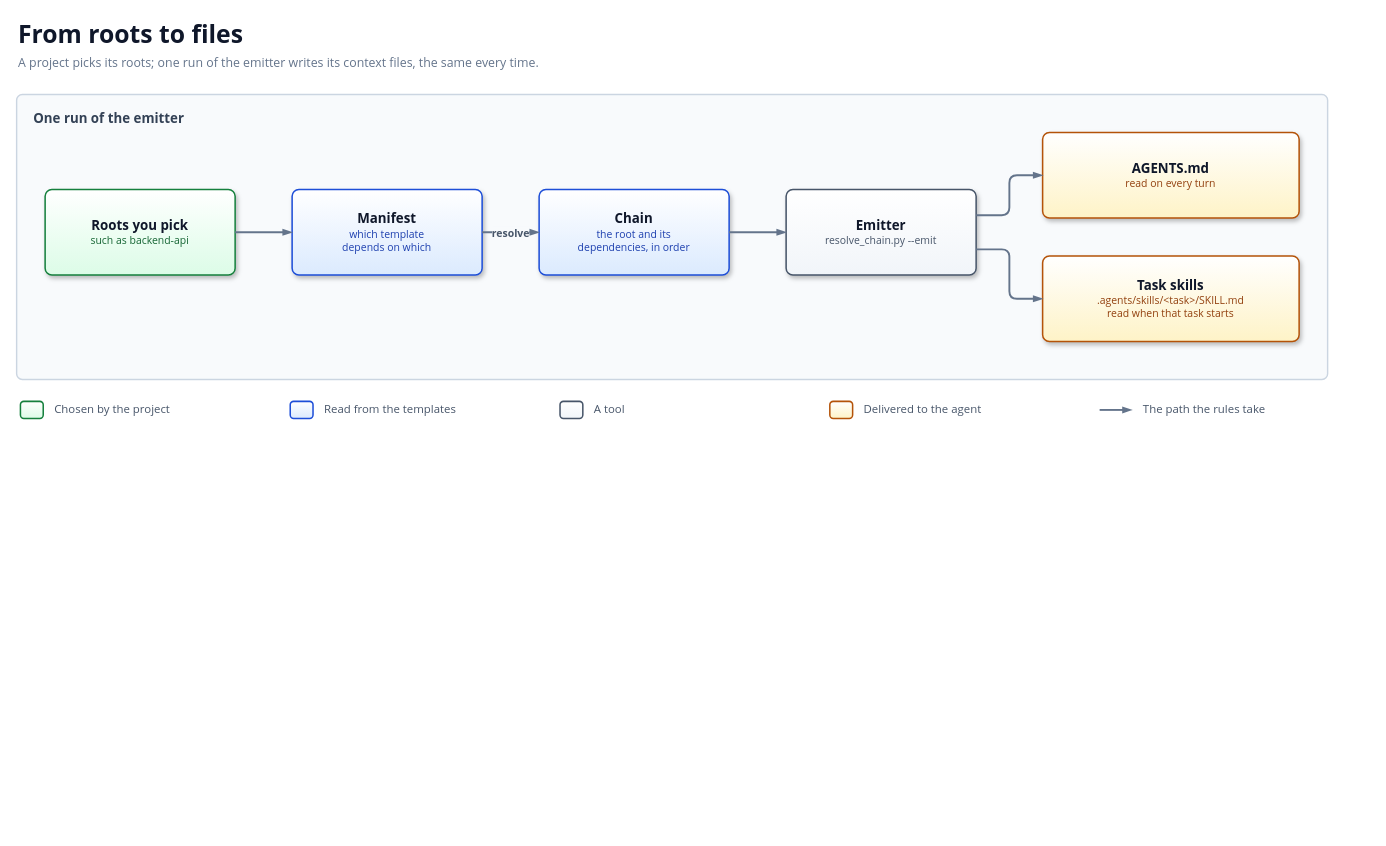
Earlier version of the draw.io diagram docs/diagrams/primer-flow.drawio (solid-ai-dev/solid-ai-templates). Source tidied: cells renumbered, new cells numbered last; positions are measured from the earlier drawing's top-left corner, leaving out a move shared by most shapes. Both pictures are drawn from the tidied source at 95%, with x=0, y=0 at pixel (16, 16).
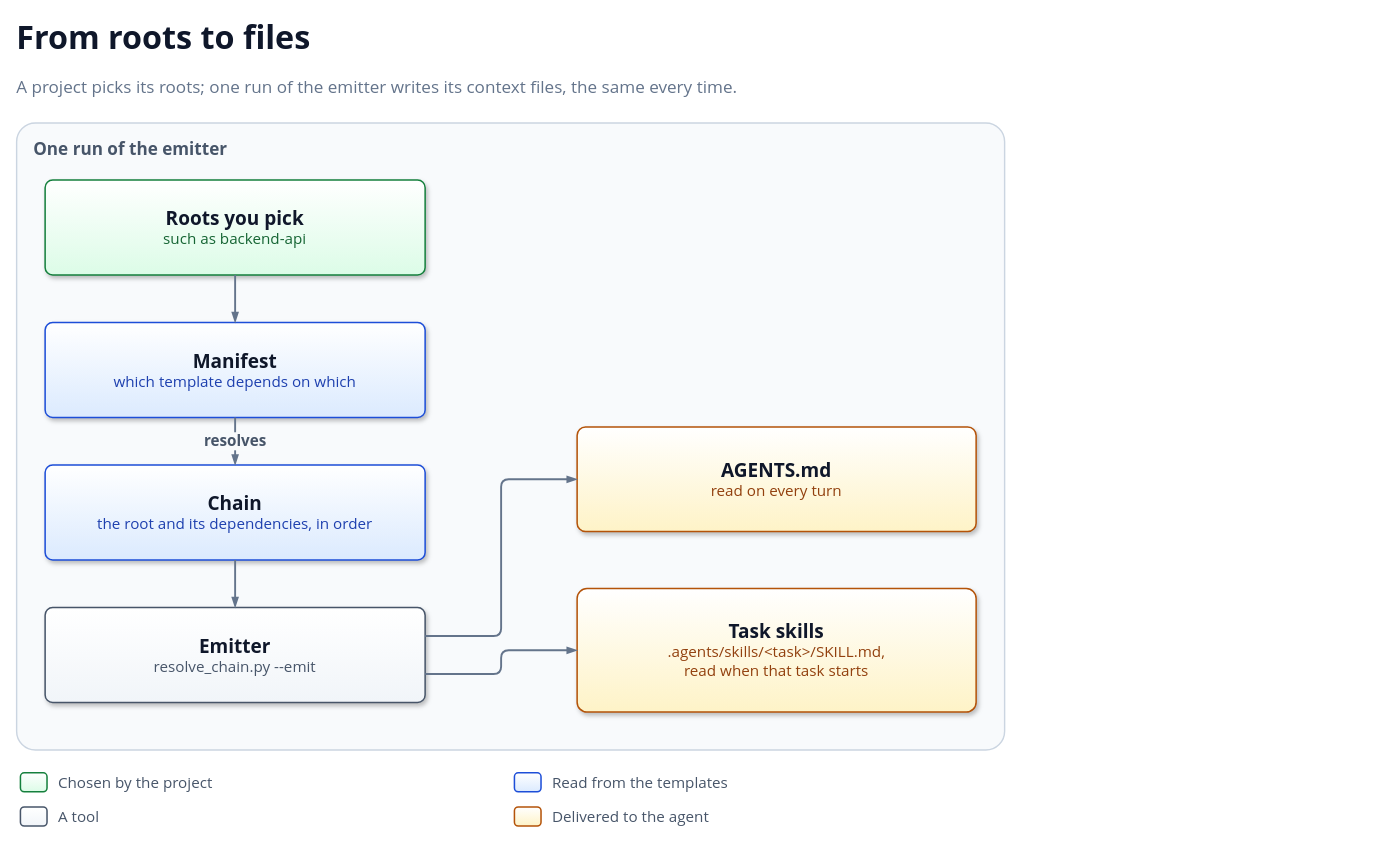
Above is the later version.

Commit message (it also covers changes not shown here):
docs(primer): set the diagrams at the benchmark's type sizes, on narrower pages (#2481)

What changed in the source:
```diff
@@
-    <mxCell id="2" value="From roots to files" style="text;html=1;whiteSpace=wrap;strokeColor=none;fillColor=none;align=left;verticalAlign=middle;fontFamily=Segoe UI;fontSize=26;fontColor=#0F172A;fontStyle=1;" parent="1" vertex="1">
-      <mxGeometry width="1380" height="36" as="geometry" />
-    </mxCell>
-    <mxCell id="3" value="A project picks its roots; one run of the emitter writes its context files, the same every time." style="text;html=1;whiteSpace=wrap;strokeColor=none;fillColor=none;align=left;verticalAlign=middle;fontFamily=Segoe UI;fontSize=13;fontColor=#64748B;" parent="1" vertex="1">
-      <mxGeometry y="36" width="1380" height="24" as="geometry" />
-    </mxCell>
-    <mxCell id="4" value="One run of the emitter" style="rounded=1;arcSize=2;whiteSpace=wrap;html=1;fillColor=#F8FAFC;strokeColor=#CBD5E1;strokeWidth=1.5;align=left;verticalAlign=top;spacingLeft=16;spacingTop=10;fontFamily=Segoe UI;fontSize=14;fontColor=#334155;fontStyle=1;" parent="1" vertex="1">
-      <mxGeometry y="82" width="1380" height="300" as="geometry" />
+    <mxCell id="4" value="From roots to files" style="text;html=1;whiteSpace=wrap;strokeColor=none;fillColor=none;align=left;verticalAlign=middle;fontFamily=Segoe UI;fontSize=34;fontColor=#0F172A;spacing=0;fontStyle=1;" parent="1" vertex="1">
+      <mxGeometry width="1040" height="44" as="geometry" />
     </mxCell>
-    <mxCell id="5" value="&lt;b style='font-size:14px;color:#0F172A'&gt;Roots you pick&lt;/b&gt;&lt;br&gt;&lt;span style='font-size:11px;color:#166534'&gt;such as backend-api&lt;/span&gt;" style="rounded=1;arcSize=8;whiteSpace=wrap;html=1;fillColor=#DCFCE7;gradientColor=#FFFFFF;gradientDirection=north;strokeColor=#15803D;strokeWidth=1.6;shadow=1;align=center;fontFamily=Segoe UI;fontColor=#0F172A;spacing=6;" parent="1" vertex="1">
-      <mxGeometry x="30" y="182" width="200" height="90" as="geometry" />
+    <mxCell id="5" value="A project picks its roots; one run of the emitter writes its context files, the same every time." style="text;html=1;whiteSpace=wrap;strokeColor=none;fillColor=none;align=left;verticalAlign=middle;fontFamily=Segoe UI;fontSize=18;fontColor=#64748B;spacing=0;" parent="1" vertex="1">
+      <mxGeometry y="48" width="1040" height="52" as="geometry" />
     </mxCell>
-    <mxCell id="6" value="&lt;b style='font-size:14px;color:#0F172A'&gt;Manifest&lt;/b&gt;&lt;br&gt;&lt;span style='font-size:11px;color:#1E40AF'&gt;which template&lt;br&gt;depends on which&lt;/span&gt;" style="rounded=1;arcSize=8;whiteSpace=wrap;html=1;fillColor=#DBEAFE;gradientColor=#FFFFFF;gradientDirection=north;strokeColor=#1D4ED8;strokeWidth=1.6;shadow=1;align=center;fontFamily=Segoe UI;fontColor=#0F172A;spacing=6;" parent="1" vertex="1">
-      <mxGeometry x="290" y="182" width="200" height="90" as="geometry" />
+    <mxCell id="6" value="One run of the emitter" style="rounded=1;arcSize=3;whiteSpace=wrap;html=1;fillColor=#F8FAFC;strokeColor=#CBD5E1;strokeWidth=1.5;align=left;verticalAlign=top;spacingLeft=16;spacingTop=10;fontFamily=Segoe UI;fontSize=18;fontColor=#475569;fontStyle=1;" parent="1" vertex="1">
+      <mxGeometry y="112" width="1040" height="660" as="geometry" />
     </mxCell>
-    <mxCell id="7" value="&lt;b style='font-size:14px;color:#0F172A'&gt;Chain&lt;/b&gt;&lt;br&gt;&lt;span style='font-size:11px;color:#1E40AF'&gt;the root and its&lt;br&gt;dependencies, in order&lt;/span&gt;" style="rounded=1;arcSize=8;whiteSpace=wrap;html=1;fillColor=#DBEAFE;gradientColor=#FFFFFF;gradientDirection=north;strokeColor=#1D4ED8;strokeWidth=1.6;shadow=1;align=center;fontFamily=Segoe UI;fontColor=#0F172A;spacing=6;" parent="1" vertex="1">
-      <mxGeometry x="550" y="182" width="200" height="90" as="geometry" />
+    <mxCell id="7" value="&lt;b style='font-size:20px;color:#0F172A'&gt;Roots you pick&lt;/b&gt;&lt;br&gt;&lt;span style='font-size:16px;color:#166534'&gt;such as backend-api&lt;/span&gt;" style="rounded=1;arcSize=8;whiteSpace=wrap;html=1;fillColor=#DCFCE7;gradientColor=#FFFFFF;gradientDirection=north;strokeColor=#15803D;strokeWidth=1.6;shadow=1;align=center;fontFamily=Segoe UI;fontColor=#0F172A;spacing=8;" parent="1" vertex="1">
+      <mxGeometry x="30" y="172" width="400" height="100" as="geometry" />
     </mxCell>
-    <mxCell id="8" value="&lt;b style='font-size:14px;color:#0F172A'&gt;Emitter&lt;/b&gt;&lt;br&gt;&lt;span style='font-size:11px;color:#475569'&gt;resolve_chain.py --emit&lt;/span&gt;" style="rounded=1;arcSize=8;whiteSpace=wrap;html=1;fillColor=#F1F5F9;gradientColor=#FFFFFF;gradientDirection=north;strokeColor=#475569;strokeWidth=1.6;shadow=1;align=center;fontFamily=Segoe UI;fontColor=#0F172A;spacing=6;" parent="1" vertex="1">
-      <mxGeometry x="810" y="182" width="200" height="90" as="geometry" />
+    <mxCell id="8" value="&lt;b style='font-size:20px;color:#0F172A'&gt;Manifest&lt;/b&gt;&lt;br&gt;&lt;span style='font-size:16px;color:#1E40AF'&gt;which template depends on which&lt;/span&gt;" style="rounded=1;arcSize=8;whiteSpace=wrap;html=1;fillColor=#DBEAFE;gradientColor=#FFFFFF;gradientDirection=north;strokeColor=#1D4ED8;strokeWidth=1.6;shadow=1;align=center;fontFamily=Segoe UI;fontColor=#0F172A;spacing=8;" parent="1" vertex="1">
+      <mxGeometry x="30" y="322" width="400" height="100" as="geometry" />
     </mxCell>
-    <mxCell id="9" value="&lt;b style='font-size:14px;color:#0F172A'&gt;AGENTS.md&lt;/b&gt;&lt;br&gt;&lt;span style='font-size:11px;color:#92400E'&gt;read on every turn&lt;/span&gt;" style="rounded=1;arcSize=8;whiteSpace=wrap;html=1;fillColor=#FEF3C7;gradientColor=#FFFFFF;gradientDirection=north;strokeColor=#B45309;strokeWidth=1.6;shadow=1;align=center;fontFamily=Segoe UI;fontColor=#0F172A;spacing=6;" parent="1" vertex="1">
-      <mxGeometry x="1080" y="122" width="270" height="90" as="geometry" />
+    <mxCell id="9" value="&lt;b style='font-size:20px;color:#0F172A'&gt;Chain&lt;/b&gt;&lt;br&gt;&lt;span style='font-size:16px;color:#1E40AF'&gt;the root and its dependencies, in order&lt;/span&gt;" style="rounded=1;arcSize=8;whiteSpace=wrap;html=1;fillColor=#DBEAFE;gradientColor=#FFFFFF;gradientDirection=north;strokeColor=#1D4ED8;strokeWidth=1.6;shadow=1;align=center;fontFamily=Segoe UI;fontColor=#0F172A;spacing=8;" parent="1" vertex="1">
+      <mxGeometry x="30" y="472" width="400" height="100" as="geometry" />
     </mxCell>
-    <mxCell id="10" value="&lt;b style='font-size:14px;color:#0F172A'&gt;Task skills&lt;/b&gt;&lt;br&gt;&lt;span style='font-size:11px;color:#92400E'&gt;.agents/skills/&amp;lt;task&amp;gt;/SKILL.md&lt;br&gt;read when that task starts&lt;/span&gt;" style="rounded=1;arcSize=8;whiteSpace=wrap;html=1;fillColor=#FEF3C7;gradientColor=#FFFFFF;gradientDirection=north;strokeColor=#B45309;strokeWidth=1.6;shadow=1;align=center;fontFamily=Segoe UI;fontColor=#0F172A;spacing=6;" parent="1" vertex="1">
-      <mxGeometry x="1080" y="252" width="270" height="90" as="geometry" />
+    <mxCell id="10" value="&lt;b style='font-size:20px;color:#0F172A'&gt;Emitter&lt;/b&gt;&lt;br&gt;&lt;span style='font-size:16px;color:#475569'&gt;resolve_chain.py --emit&lt;/span&gt;" style="rounded=1;arcSize=8;whiteSpace=wrap;html=1;fillColor=#F1F5F9;gradientColor=#FFFFFF;gradientDirection=north;strokeColor=#475569;strokeWidth=1.6;shadow=1;align=center;fontFamily=Segoe UI;fontColor=#0F172A;spacing=8;" parent="1" vertex="1">
+      <mxGeometry x="30" y="622" width="400" height="100" as="geometry" />
     </mxCell>
-    <mxCell id="11" style="edgeStyle=orthogonalEdgeStyle;rounded=1;arcSize=16;html=1;jettySize=auto;strokeColor=#64748B;strokeWidth=2.0;endArrow=blockThin;endFill=1;endSize=5;fontFamily=Segoe UI;fontSize=11;fontColor=#475569;fontStyle=1;labelBackgroundColor=#F8FAFC;exitX=1;exitY=0.5;entryX=0;entryY=0.5;" parent="1" edge="1" source="5" target="6">
-      <mxGeometry relative="1" as="geometry" />
+    <mxCell id="11" value="&lt;b style='font-size:20px;color:#0F172A'&gt;AGENTS.md&lt;/b&gt;&lt;br&gt;&lt;span style='font-size:16px;color:#92400E'&gt;read on every turn&lt;/span&gt;" style="rounded=1;arcSize=8;whiteSpace=wrap;html=1;fillColor=#FEF3C7;gradientColor=#FFFFFF;gradientDirection=north;strokeColor=#B45309;strokeWidth=1.6;shadow=1;align=center;fontFamily=Segoe UI;fontColor=#0F172A;spacing=8;" parent="1" vertex="1">
+      <mxGeometry x="590" y="432" width="420" height="110" as="geometry" />
     </mxCell>
-    <mxCell id="12" value="resolve" style="edgeStyle=orthogonalEdgeStyle;rounded=1;arcSize=16;html=1;jettySize=auto;strokeColor=#64748B;strokeWidth=2.0;endArrow=blockThin;endFill=1;endSize=5;fontFamily=Segoe UI;fontSize=11;fontColor=#475569;fontStyle=1;labelBackgroundColor=#F8FAFC;exitX=1;exitY=0.5;entryX=0;entryY=0.5;" parent="1" edge="1" source="6" target="7">
-      <mxGeometry relative="1" as="geometry" />
+    <mxCell id="12" value="&lt;b style='font-size:20px;color:#0F172A'&gt;Task skills&lt;/b&gt;&lt;br&gt;&lt;span style='font-size:16px;color:#92400E'&gt;.agents/skills/&amp;lt;task&amp;gt;/SKILL.md,&lt;br&gt;read when that task starts&lt;/span&gt;" style="rounded=1;arcSize=8;whiteSpace=wrap;html=1;fillColor=#FEF3C7;gradientColor=#FFFFFF;gradientDirection=north;strokeColor=#B45309;strokeWidth=1.6;shadow=1;align=center;fontFamily=Segoe UI;fontColor=#0F172A;spacing=8;" parent="1" vertex="1">
+      <mxGeometry x="590" y="602" width="420" height="130" as="geometry" />
     </mxCell>
-    <mxCell id="13" style="edgeStyle=orthogonalEdgeStyle;rounded=1;arcSize=16;html=1;jettySize=auto;strokeColor=#64748B;strokeWidth=2.0;endArrow=blockThin;endFill=1;endSize=5;fontFamily=Segoe UI;fontSize=11;fontColor=#475569;fontStyle=1;labelBackgroundColor=#F8FAFC;exitX=1;exitY=0.5;entryX=0;entryY=0.5;" parent="1" edge="1" source="7" target="8">
+    <mxCell id="13" style="edgeStyle=orthogonalEdgeStyle;rounded=1;arcSize=16;html=1;jettySize=auto;strokeColor=#64748B;strokeWidth=2.0;endArrow=blockThin;endFill=1;endSize=6;fontFamily=Segoe UI;fontSize=16;fontColor=#475569;fontStyle=1;labelBackgroundColor=#F8FAFC;exitX=0.5;exitY=1;entryX=0.5;entryY=0;" parent="1" edge="1" source="7" target="8">
       <mxGeometry relative="1" as="geometry" />
     </mxCell>
-    <mxCell id="14" style="edgeStyle=orthogonalEdgeStyle;rounded=1;arcSize=16;html=1;jettySize=auto;strokeColor=#64748B;strokeWidth=2.0;endArrow=blockThin;endFill=1;endSize=5;fontFamily=Segoe UI;fontSize=11;fontColor=#475569;fontStyle=1;labelBackgroundColor=#F8FAFC;exitX=1;exitY=0.3;entryX=0;entryY=0.5;" parent="1" edge="1" source="8" target="9">
+    <mxCell id="14" value="resolves" style="edgeStyle=orthogonalEdgeStyle;rounded=1;arcSize=16;html=1;jettySize=auto;strokeColor=#64748B;strokeWidth=2.0;endArrow=blockThin;endFill=1;endSize=6;fontFamily=Segoe UI;fontSize=16;fontColor=#475569;fontStyle=1;labelBackgroundColor=#F8FAFC;exitX=0.5;exitY=1;entryX=0.5;entryY=0;" parent="1" edge="1" source="8" target="9">
       <mxGeometry relative="1" as="geometry" />
     </mxCell>
-    <mxCell id="15" style="edgeStyle=orthogonalEdgeStyle;rounded=1;arcSize=16;html=1;jettySize=auto;strokeColor=#64748B;strokeWidth=2.0;endArrow=blockThin;endFill=1;endSize=5;fontFamily=Segoe UI;fontSize=11;fontColor=#475569;fontStyle=1;labelBackgroundColor=#F8FAFC;exitX=1;exitY=0.7;entryX=0;entryY=0.5;" parent="1" edge="1" source="8" target="10">
+    <mxCell id="15" style="edgeStyle=orthogonalEdgeStyle;rounded=1;arcSize=16;html=1;jettySize=auto;strokeColor=#64748B;strokeWidth=2.0;endArrow=blockThin;endFill=1;endSize=6;fontFamily=Segoe UI;fontSize=16;fontColor=#475569;fontStyle=1;labelBackgroundColor=#F8FAFC;exitX=0.5;exitY=1;entryX=0.5;entryY=0;" parent="1" edge="1" source="9" target="10">
       <mxGeometry relative="1" as="geometry" />
     </mxCell>
-    <mxCell id="16" style="rounded=1;arcSize=20;whiteSpace=wrap;html=1;gradientColor=#FFFFFF;gradientDirection=north;strokeWidth=1.6;fillColor=#DCFCE7;strokeColor=#15803D;" parent="1" vertex="1">
-      <mxGeometry x="4" y="405" width="24" height="18" as="geometry" />
+    <mxCell id="16" style="edgeStyle=orthogonalEdgeStyle;rounded=1;arcSize=16;html=1;jettySize=auto;strokeColor=#64748B;strokeWidth=2.0;endArrow=blockThin;endFill=1;endSize=6;fontFamily=Segoe UI;fontSize=16;fontColor=#475569;fontStyle=1;labelBackgroundColor=#F8FAFC;exitX=1;exitY=0.3;entryX=0;entryY=0.5;" parent="1" edge="1" source="10" target="11">
+      <mxGeometry relative="1" as="geometry" />
     </mxCell>
-    <mxCell id="17" value="Chosen by the project" style="text;html=1;whiteSpace=wrap;strokeColor=none;fillColor=none;align=left;verticalAlign=middle;fontFamily=Segoe UI;fontSize=12;fontColor=#475569;" parent="1" vertex="1">
-      <mxGeometry x="38" y="402" width="240" height="24" as="geometry" />
+    <mxCell id="17" style="edgeStyle=orthogonalEdgeStyle;rounded=1;arcSize=16;html=1;jettySize=auto;strokeColor=#64748B;strokeWidth=2.0;endArrow=blockThin;endFill=1;endSize=6;fontFamily=Segoe UI;fontSize=16;fontColor=#475569;fontStyle=1;labelBackgroundColor=#F8FAFC;exitX=1;exitY=0.7;entryX=0;entryY=0.5;" parent="1" edge="1" source="10" target="12">
+      <mxGeometry relative="1" as="geometry" />
     </mxCell>
-    <mxCell id="18" style="rounded=1;arcSize=20;whiteSpace=wrap;html=1;gradientColor=#FFFFFF;gradientDirection=north;strokeWidth=1.6;fillColor=#DBEAFE;strokeColor=#1D4ED8;" parent="1" vertex="1">
-      <mxGeometry x="288" y="405" width="24" height="18" as="geometry" />
+    <mxCell id="18" style="rounded=1;arcSize=20;whiteSpace=wrap;html=1;gradientColor=#FFFFFF;gradientDirection=north;strokeWidth=1.6;fillColor=#DCFCE7;strokeColor=#15803D;" parent="1" vertex="1">
+      <mxGeometry x="4" y="796" width="28" height="20" as="geometry" />
     </mxCell>
-    <mxCell id="19" value="Read from the templates" style="text;html=1;whiteSpace=wrap;strokeColor=none;fillColor=none;align=left;verticalAlign=middle;fontFamily=Segoe UI;fontSize=12;fontColor=#475569;" parent="1" vertex="1">
-      <mxGeometry x="322" y="402" width="240" height="24" as="geometry" />
+    <mxCell id="19" value="Chosen by the project" style="text;html=1;whiteSpace=wrap;strokeColor=none;fillColor=none;align=left;verticalAlign=middle;fontFamily=Segoe UI;fontSize=16;fontColor=#475569;spacing=0;" parent="1" vertex="1">
+      <mxGeometry x="44" y="792" width="460" height="28" as="geometry" />
     </mxCell>
-    <mxCell id="20" style="rounded=1;arcSize=20;whiteSpace=wrap;html=1;gradientColor=#FFFFFF;gradientDirection=north;strokeWidth=1.6;fillColor=#F1F5F9;strokeColor=#475569;" parent="1" vertex="1">
-      <mxGeometry x="572" y="405" width="24" height="18" as="geometry" />
+    <mxCell id="20" style="rounded=1;arcSize=20;whiteSpace=wrap;html=1;gradientColor=#FFFFFF;gradientDirection=north;strokeWidth=1.6;fillColor=#DBEAFE;strokeColor=#1D4ED8;" parent="1" vertex="1">
+      <mxGeometry x="524" y="796" width="28" height="20" as="geometry" />
     </mxCell>
-    <mxCell id="21" value="A tool" style="text;html=1;whiteSpace=wrap;strokeColor=none;fillColor=none;align=left;verticalAlign=middle;fontFamily=Segoe UI;fontSize=12;fontColor=#475569;" parent="1" vertex="1">
-      <mxGeometry x="606" y="402" width="240" height="24" as="geometry" />
+    <mxCell id="21" value="Read from the templates" style="text;html=1;whiteSpace=wrap;strokeColor=none;fillColor=none;align=left;verticalAlign=middle;fontFamily=Segoe UI;fontSize=16;fontColor=#475569;spacing=0;" parent="1" vertex="1">
+      <mxGeometry x="564" y="792" width="460" height="28" as="geometry" />
     </mxCell>
-    <mxCell id="22" style="rounded=1;arcSize=20;whiteSpace=wrap;html=1;gradientColor=#FFFFFF;gradientDirection=north;strokeWidth=1.6;fillColor=#FEF3C7;strokeColor=#B45309;" parent="1" vertex="1">
-      <mxGeometry x="856" y="405" width="24" height="18" as="geometry" />
+    <mxCell id="22" style="rounded=1;arcSize=20;whiteSpace=wrap;html=1;gradientColor=#FFFFFF;gradientDirection=north;strokeWidth=1.6;fillColor=#F1F5F9;strokeColor=#475569;" parent="1" vertex="1">
+      <mxGeometry x="4" y="832" width="28" height="20" as="geometry" />
     </mxCell>
-    <mxCell id="23" value="Delivered to the agent" style="text;html=1;whiteSpace=wrap;strokeColor=none;fillColor=none;align=left;verticalAlign=middle;fontFamily=Segoe UI;fontSize=12;fontColor=#475569;" parent="1" vertex="1">
-      <mxGeometry x="890" y="402" width="240" height="24" as="geometry" />
+    <mxCell id="23" value="A tool" style="text;html=1;whiteSpace=wrap;strokeColor=none;fillColor=none;align=left;verticalAlign=middle;fontFamily=Segoe UI;fontSize=16;fontColor=#475569;spacing=0;" parent="1" vertex="1">
+      <mxGeometry x="44" y="828" width="460" height="28" as="geometry" />
     </mxCell>
-    <mxCell id="24" style="endArrow=blockThin;endFill=1;endSize=5;html=1;strokeColor=#64748B;strokeWidth=2.0;" parent="1" edge="1">
-      <mxGeometry relative="1" as="geometry">
-        <mxPoint x="1140" y="414" as="sourcePoint" />
-        <mxPoint x="1174" y="414" as="targetPoint" />
-      </mxGeometry>
+    <mxCell id="24" style="rounded=1;arcSize=20;whiteSpace=wrap;html=1;gradientColor=#FFFFFF;gradientDirection=north;strokeWidth=1.6;fillColor=#FEF3C7;strokeColor=#B45309;" parent="1" vertex="1">
+      <mxGeometry x="524" y="832" width="28" height="20" as="geometry" />
     </mxCell>
-    <mxCell id="25" value="The path the rules take" style="text;html=1;whiteSpace=wrap;strokeColor=none;fillColor=none;align=left;verticalAlign=middle;fontFamily=Segoe UI;fontSize=12;fontColor=#475569;" parent="1" vertex="1">
-      <mxGeometry x="1184" y="402" width="240" height="24" as="geometry" />
+    <mxCell id="25" value="Delivered to the agent" style="text;html=1;whiteSpace=wrap;strokeColor=none;fillColor=none;align=left;verticalAlign=middle;fontFamily=Segoe UI;fontSize=16;fontColor=#475569;spacing=0;" parent="1" vertex="1">
+      <mxGeometry x="564" y="828" width="460" height="28" as="geometry" />
     </mxCell>
```
